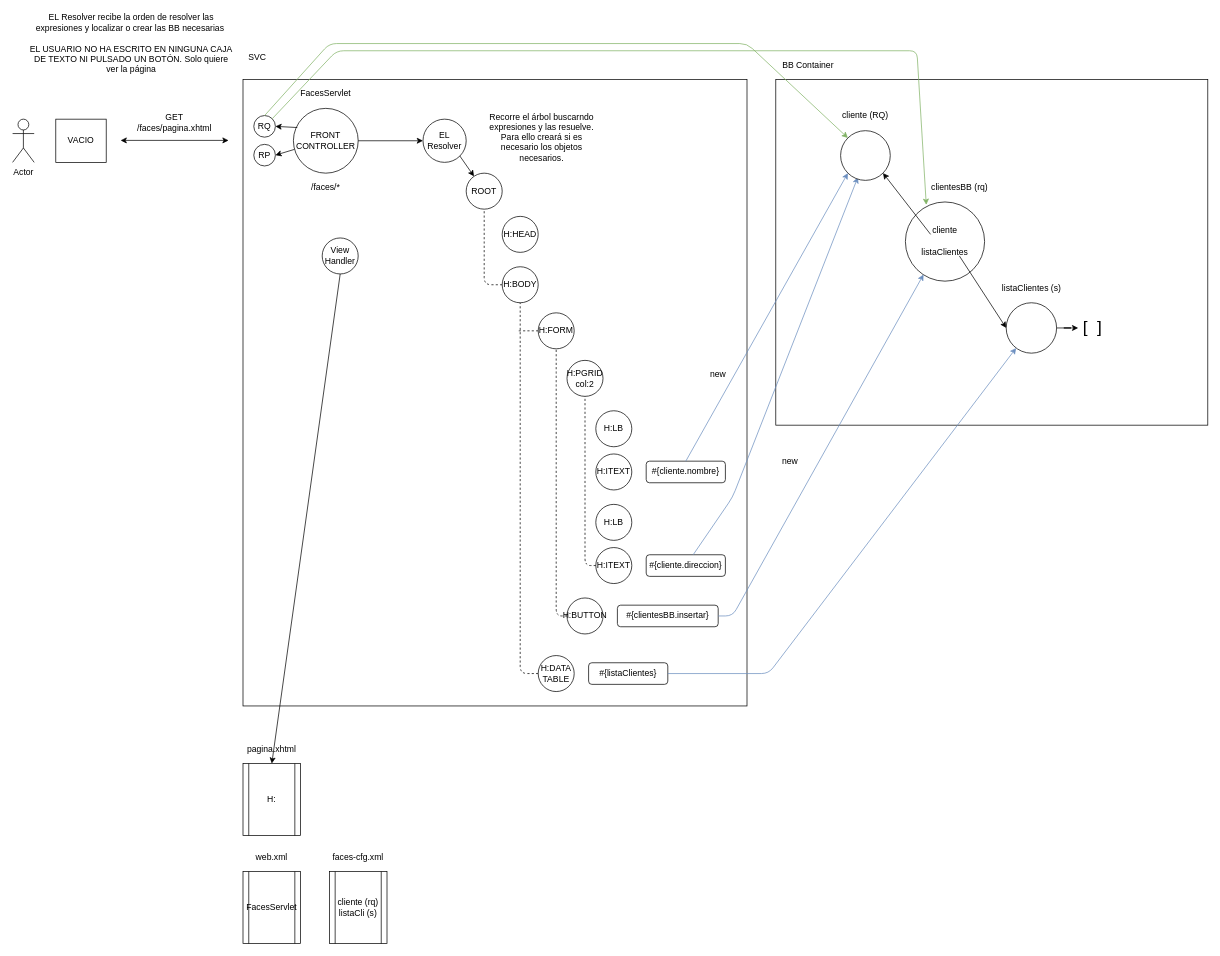
This is page "Página-4" (4 of 11) of diagramas.drawio from lrag/JSF, a draw.io file, before an edit. Source tidied: cells renumbered, new cells numbered last; positions are measured from the earlier drawing's top-left corner, leaving out a move shared by most shapes. Both pictures are drawn from the tidied source at 72%, with x=0, y=0 at pixel (12, 36).
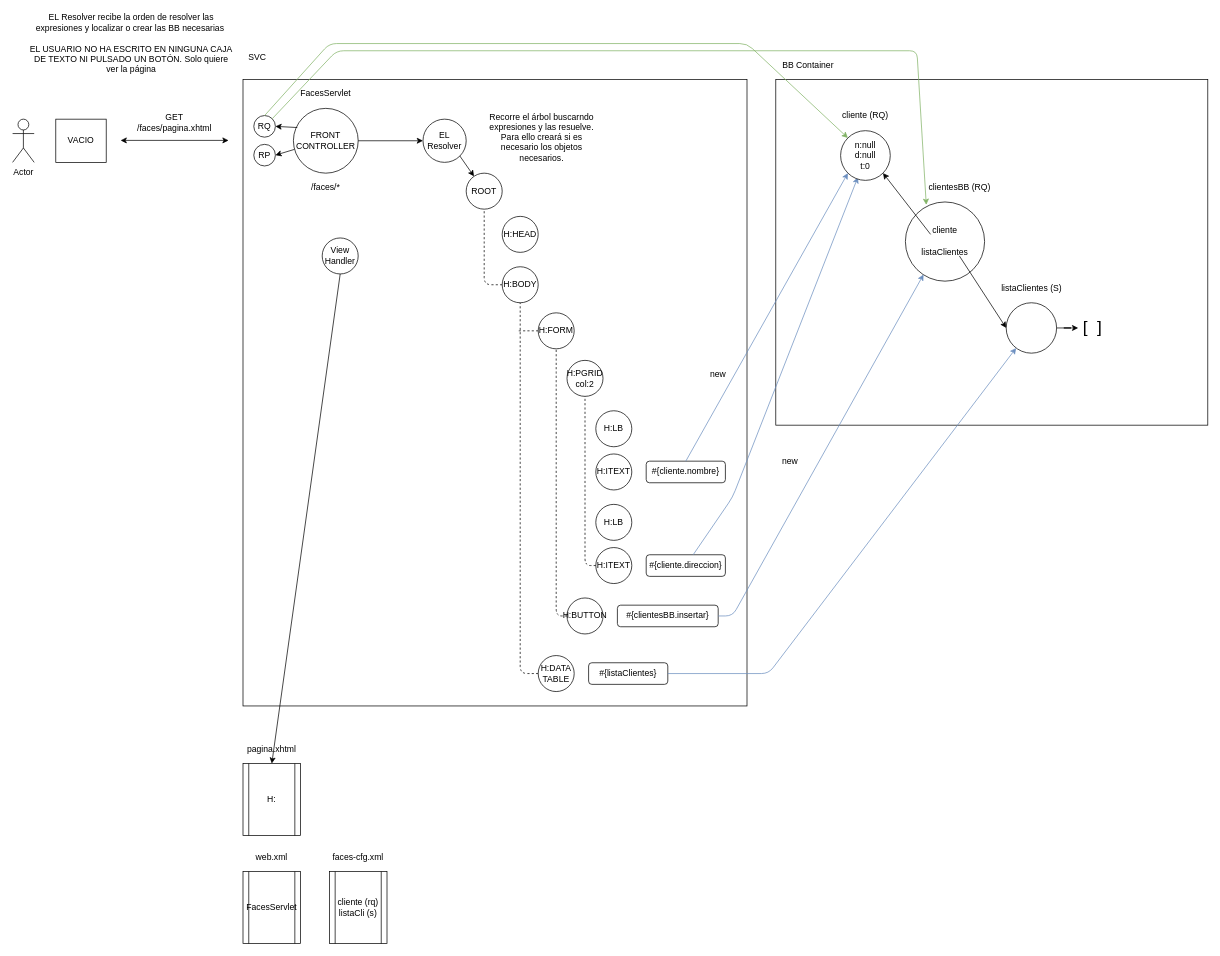
The same diagram, later.

Change to the diagram source:
```diff
@@
-    <mxCell id="54" value="clientesBB (rq)" style="text;html=1;strokeColor=none;fillColor=none;align=center;verticalAlign=middle;whiteSpace=wrap;rounded=0;" parent="1" vertex="1">
+    <mxCell id="54" value="clientesBB (RQ)" style="text;html=1;strokeColor=none;fillColor=none;align=center;verticalAlign=middle;whiteSpace=wrap;rounded=0;" parent="1" vertex="1">
       <mxGeometry x="1267.5" y="200" width="95" height="20" as="geometry" />
     </mxCell>
@@
-    <mxCell id="58" style="ellipse;whiteSpace=wrap;html=1;" parent="1" vertex="1">
+    <mxCell id="58" value="n:null&lt;br&gt;d:null&lt;br&gt;t:0" style="ellipse;whiteSpace=wrap;html=1;" parent="1" vertex="1">
       <mxGeometry x="1150" y="131" width="69" height="69" as="geometry" />
     </mxCell>
@@
-    <mxCell id="65" value="listaClientes (s)" style="text;html=1;strokeColor=none;fillColor=none;align=center;verticalAlign=middle;whiteSpace=wrap;rounded=0;" parent="1" vertex="1">
+    <mxCell id="65" value="listaClientes (S)" style="text;html=1;strokeColor=none;fillColor=none;align=center;verticalAlign=middle;whiteSpace=wrap;rounded=0;" parent="1" vertex="1">
       <mxGeometry x="1367.5" y="340" width="95" height="20" as="geometry" />
     </mxCell>
```
